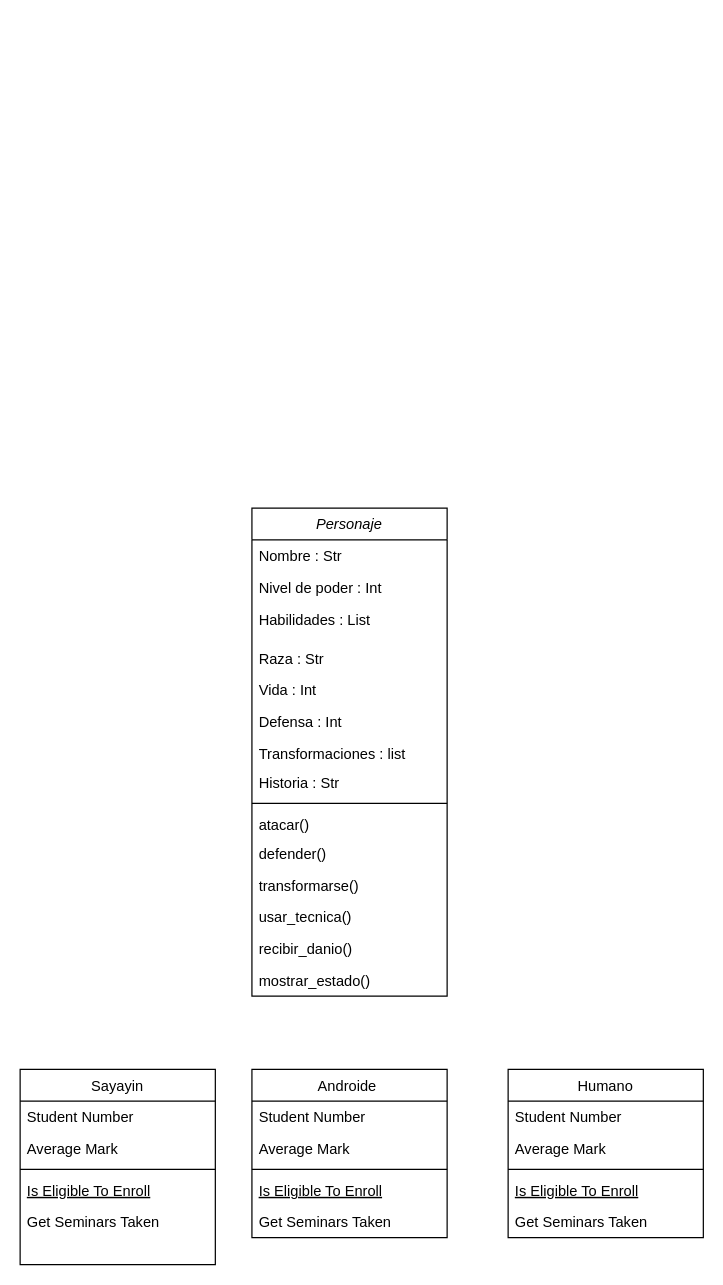
Above: trabajo practico/Diagrama de clases.drawio in MatyGonza/Trabajo-Practico-Estructura-de-datos (draw.io), before the change. Source tidied: cells renumbered, new cells numbered last; positions are measured from the earlier drawing's top-left corner, leaving out a move shared by most shapes. Both pictures are drawn from the tidied source at 122%, with x=0, y=0 at pixel (20, 508).
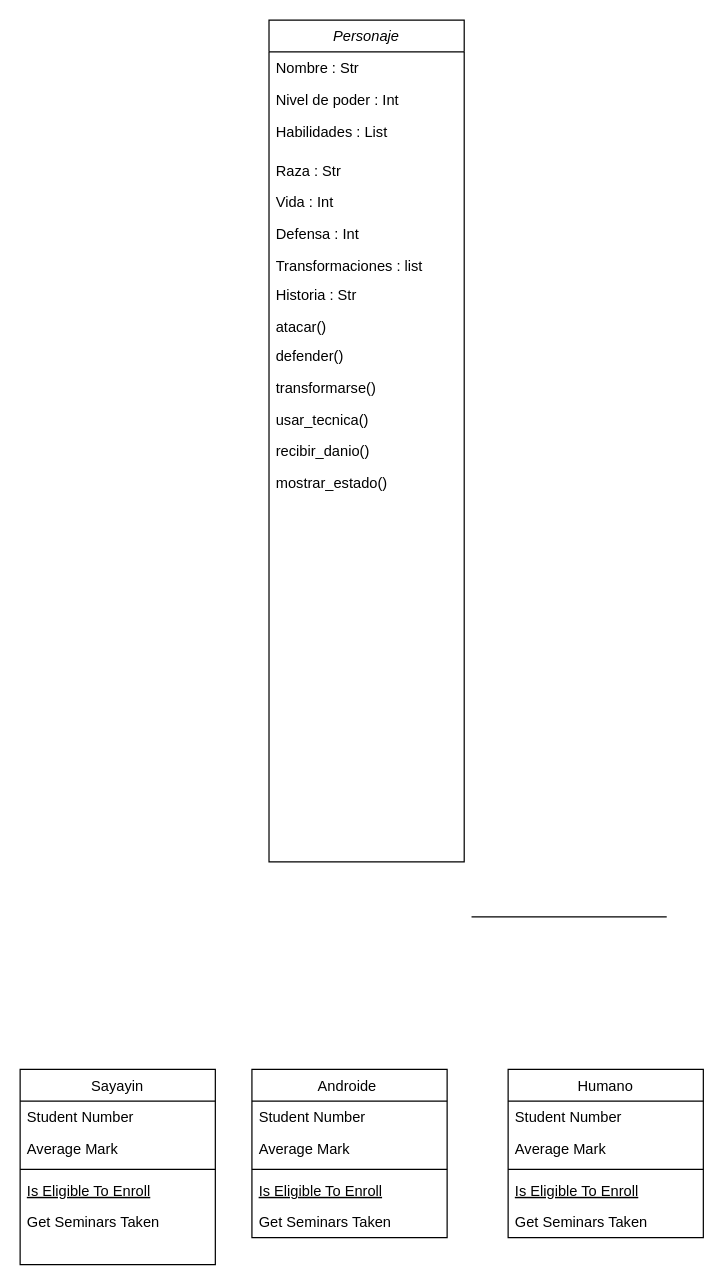
Above is the later version.

Diff of the diagram source:
```diff
@@
     <mxCell id="2" value="Personaje" style="swimlane;fontStyle=2;align=center;verticalAlign=top;horizontal=1;startSize=26;rounded=0;shadow=0;strokeWidth=1;" parent="1" vertex="1">
-      <mxGeometry x="190" width="160" height="400" as="geometry" />
+      <mxGeometry x="204" y="-400" width="160" height="690" as="geometry" />
     </mxCell>
@@
-    <mxCell id="11" style="line;html=1;strokeWidth=1;align=left;verticalAlign=middle;spacingTop=-1;spacingLeft=3;spacingRight=3;labelPosition=right;" parent="2" vertex="1">
-      <mxGeometry y="238" width="160" height="8" as="geometry" />
-    </mxCell>
     <mxCell id="12" value="atacar()" style="text;align=left;verticalAlign=top;spacingLeft=4;spacingRight=4;overflow=hidden;" parent="2" vertex="1">
-      <mxGeometry y="246" width="160" height="24" as="geometry" />
+      <mxGeometry y="238" width="160" height="24" as="geometry" />
     </mxCell>
     <mxCell id="13" value="defender()" style="text;align=left;verticalAlign=top;spacingLeft=4;spacingRight=4;overflow=hidden;" parent="2" vertex="1">
-      <mxGeometry y="270" width="160" height="26" as="geometry" />
+      <mxGeometry y="262" width="160" height="26" as="geometry" />
     </mxCell>
     <mxCell id="14" value="transformarse()" style="text;align=left;verticalAlign=top;spacingLeft=4;spacingRight=4;overflow=hidden;" parent="2" vertex="1">
-      <mxGeometry y="296" width="160" height="26" as="geometry" />
+      <mxGeometry y="288" width="160" height="26" as="geometry" />
     </mxCell>
     <mxCell id="15" value="usar_tecnica()" style="text;align=left;verticalAlign=top;spacingLeft=4;spacingRight=4;overflow=hidden;" parent="2" vertex="1">
-      <mxGeometry y="322" width="160" height="26" as="geometry" />
+      <mxGeometry y="314" width="160" height="26" as="geometry" />
     </mxCell>
     <mxCell id="16" value="recibir_danio()" style="text;align=left;verticalAlign=top;spacingLeft=4;spacingRight=4;overflow=hidden;" parent="2" vertex="1">
-      <mxGeometry y="348" width="160" height="26" as="geometry" />
+      <mxGeometry y="340" width="160" height="26" as="geometry" />
     </mxCell>
     <mxCell id="17" value="mostrar_estado()" style="text;align=left;verticalAlign=top;spacingLeft=4;spacingRight=4;overflow=hidden;" parent="2" vertex="1">
-      <mxGeometry y="374" width="160" height="26" as="geometry" />
+      <mxGeometry y="366" width="160" height="26" as="geometry" />
     </mxCell>
@@
+    <mxCell id="11" style="line;html=1;strokeWidth=1;align=left;verticalAlign=middle;spacingTop=-1;spacingLeft=3;spacingRight=3;labelPosition=right;" parent="1" vertex="1">
+      <mxGeometry x="370" y="331" width="160" height="8" as="geometry" />
+    </mxCell>
```
